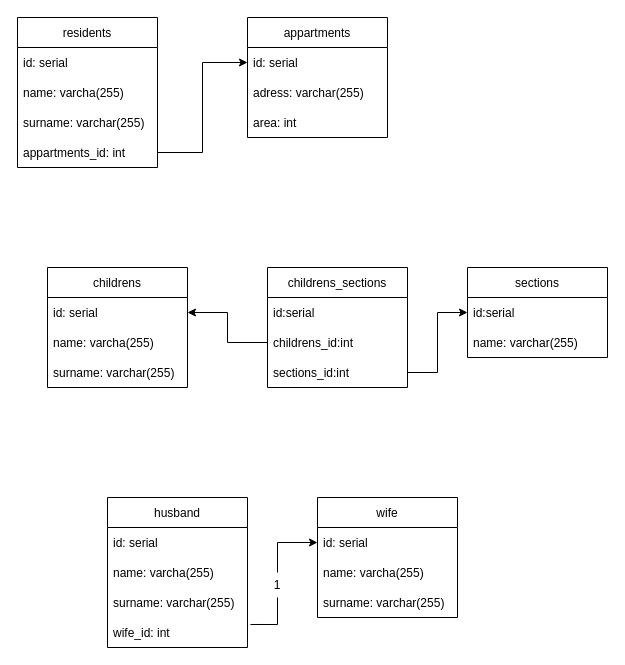
The draw.io diagram SQL_ref.drawio in Darklight1985/job4j_design, before the edit. Source tidied: cells renumbered, new cells numbered last; positions are measured from the earlier drawing's top-left corner, leaving out a move shared by most shapes. Both pictures are drawn from the tidied source at 100%, with x=0, y=0 at pixel (17, 17).
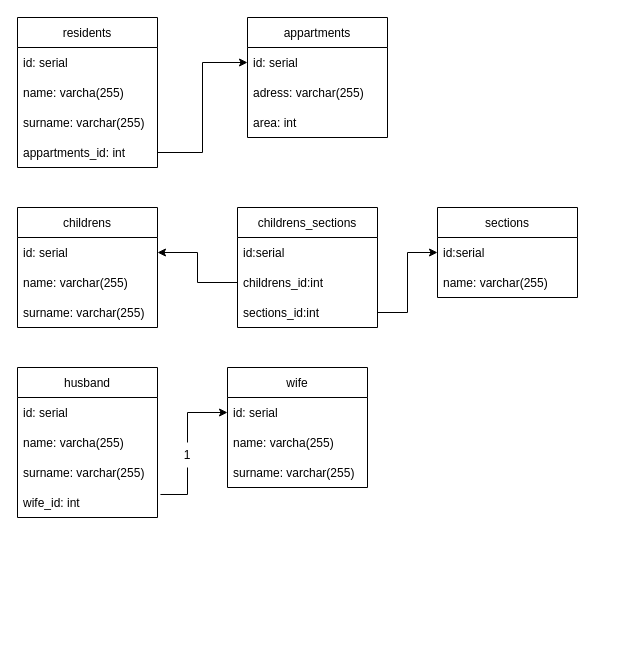
After the change.

Unchanged cells that the change refers to:
```xml
<mxCell id="26" value="id: serial" style="text;strokeColor=none;fillColor=none;align=left;verticalAlign=middle;spacingLeft=4;spacingRight=4;overflow=hidden;points=[[0,0.5],[1,0.5]];portConstraint=eastwest;" parent="25" vertex="1">
  <mxGeometry y="30" width="140" height="30" as="geometry" />
</mxCell>
<mxCell id="33" value="wife_id: int" style="text;strokeColor=none;fillColor=none;align=left;verticalAlign=middle;spacingLeft=4;spacingRight=4;overflow=hidden;points=[[0,0.5],[1,0.5]];portConstraint=eastwest;" parent="29" vertex="1">
  <mxGeometry y="120" width="140" height="30" as="geometry" />
</mxCell>
```

Change to the diagram source:
```diff
@@
     <mxCell id="12" value="childrens_sections" style="swimlane;fontStyle=0;horizontal=1;startSize=30;" parent="1" vertex="1">
-      <mxGeometry x="250" y="250" width="140" height="120" as="geometry" />
+      <mxGeometry x="220" y="190" width="140" height="120" as="geometry" />
     </mxCell>
@@
     <mxCell id="16" value="sections" style="swimlane;fontStyle=0;horizontal=1;startSize=30;" parent="1" vertex="1">
-      <mxGeometry x="450" y="250" width="140" height="90" as="geometry" />
+      <mxGeometry x="420" y="190" width="140" height="90" as="geometry" />
     </mxCell>
@@
     <mxCell id="19" value="childrens" style="swimlane;fontStyle=0;horizontal=1;startSize=30;" parent="1" vertex="1">
-      <mxGeometry x="30" y="250" width="140" height="120" as="geometry" />
+      <mxGeometry y="190" width="140" height="120" as="geometry" />
     </mxCell>
@@
-    <mxCell id="21" value="name: varcha(255)" style="text;strokeColor=none;fillColor=none;align=left;verticalAlign=middle;spacingLeft=4;spacingRight=4;overflow=hidden;" parent="19" vertex="1">
+    <mxCell id="21" value="name: varchar(255)" style="text;strokeColor=none;fillColor=none;align=left;verticalAlign=middle;spacingLeft=4;spacingRight=4;overflow=hidden;" parent="19" vertex="1">
       <mxGeometry y="60" width="140" height="30" as="geometry" />
     </mxCell>
@@
     <mxCell id="25" value="wife" style="swimlane;fontStyle=0;horizontal=1;startSize=30;" parent="1" vertex="1">
-      <mxGeometry x="300" y="480" width="140" height="120" as="geometry" />
+      <mxGeometry x="210" y="350" width="140" height="120" as="geometry" />
     </mxCell>
@@
     <mxCell id="29" value="husband" style="swimlane;fontStyle=0;horizontal=1;startSize=30;" parent="1" vertex="1">
-      <mxGeometry x="90" y="480" width="140" height="150" as="geometry" />
+      <mxGeometry y="350" width="140" height="150" as="geometry" />
     </mxCell>
@@
     <mxCell id="34" style="edgeStyle=elbowEdgeStyle;elbow=horizontal;endArrow=classic;html=1;rounded=0;entryX=0;entryY=0.5;entryDx=0;entryDy=0;startArrow=none;exitX=0.5;exitY=0;exitDx=0;exitDy=0;" parent="1" edge="1" source="35" target="26">
       <mxGeometry relative="1" as="geometry">
         <Array as="points">
-          <mxPoint x="260" y="525" />
+          <mxPoint x="170" y="395" />
         </Array>
       </mxGeometry>
     </mxCell>
     <mxCell id="35" value="1" style="text;html=1;strokeColor=none;fillColor=none;align=center;verticalAlign=middle;whiteSpace=wrap;rounded=0;" parent="1" vertex="1">
-      <mxGeometry x="240" y="555" width="40" height="25" as="geometry" />
+      <mxGeometry x="150" y="425" width="40" height="25" as="geometry" />
     </mxCell>
     <mxCell id="36" style="edgeStyle=segmentEdgeStyle;endArrow=none;html=1;rounded=0;exitX=1.021;exitY=0.233;exitDx=0;exitDy=0;exitPerimeter=0;entryX=0.5;entryY=1;entryDx=0;entryDy=0;endFill=0;" parent="1" edge="1" source="33" target="35">
       <mxGeometry relative="1" as="geometry">
         <Array as="points">
-          <mxPoint x="260" y="607" />
+          <mxPoint x="170" y="477" />
         </Array>
       </mxGeometry>
     </mxCell>
```
